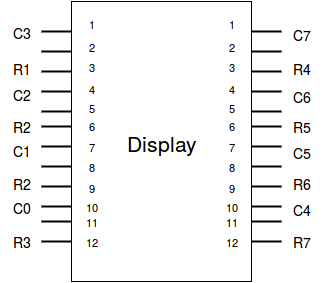
Above: images/display.png in d-kozak/imp-proj (draw.io), before the change. Source tidied: cells renumbered, new cells last; positions are measured from the earlier drawing's top-left corner, leaving out a move shared by most shapes. The source it was exported from:
```xml
<mxGraphModel background="#ffffff">
  <root>
    <mxCell id="0" />
    <mxCell id="1" parent="0" />
    <mxCell id="2" style="line;strokeWidth=2;html=1;fontSize=21;" parent="1" vertex="1">
      <mxGeometry x="40" y="25" width="240" height="10" as="geometry" />
    </mxCell>
    <mxCell id="3" style="line;strokeWidth=2;html=1;fontSize=21;" parent="1" vertex="1">
      <mxGeometry x="40" y="45" width="240" height="10" as="geometry" />
    </mxCell>
    <mxCell id="4" style="line;strokeWidth=2;html=1;fontSize=21;" parent="1" vertex="1">
      <mxGeometry x="40" y="65" width="240" height="10" as="geometry" />
    </mxCell>
    <mxCell id="5" style="line;strokeWidth=2;html=1;fontSize=21;" parent="1" vertex="1">
      <mxGeometry x="40" y="85" width="240" height="10" as="geometry" />
    </mxCell>
    <mxCell id="6" style="line;strokeWidth=2;html=1;fontSize=21;" parent="1" vertex="1">
      <mxGeometry x="40" y="105" width="240" height="10" as="geometry" />
    </mxCell>
    <mxCell id="7" style="line;strokeWidth=2;html=1;fontSize=21;" parent="1" vertex="1">
      <mxGeometry x="40" y="200" width="240" height="10" as="geometry" />
    </mxCell>
    <mxCell id="8" style="line;strokeWidth=2;html=1;fontSize=21;" parent="1" vertex="1">
      <mxGeometry x="40" y="120" width="240" height="10" as="geometry" />
    </mxCell>
    <mxCell id="9" style="line;strokeWidth=2;html=1;fontSize=21;" parent="1" vertex="1">
      <mxGeometry x="40" y="180" width="240" height="10" as="geometry" />
    </mxCell>
    <mxCell id="10" style="line;strokeWidth=2;html=1;fontSize=21;" parent="1" vertex="1">
      <mxGeometry x="40" y="235" width="240" height="10" as="geometry" />
    </mxCell>
    <mxCell id="11" style="line;strokeWidth=2;html=1;fontSize=21;" parent="1" vertex="1">
      <mxGeometry x="40" y="140" width="240" height="10" as="geometry" />
    </mxCell>
    <mxCell id="12" style="line;strokeWidth=2;html=1;fontSize=21;" parent="1" vertex="1">
      <mxGeometry x="40" y="160" width="240" height="10" as="geometry" />
    </mxCell>
    <mxCell id="13" style="line;strokeWidth=2;html=1;fontSize=21;" parent="1" vertex="1">
      <mxGeometry x="40" y="215" width="240" height="10" as="geometry" />
    </mxCell>
    <mxCell id="14" value="Display" style="whiteSpace=wrap;html=1;fontSize=21;" parent="1" vertex="1">
      <mxGeometry x="70" width="180" height="280" as="geometry" />
    </mxCell>
    <mxCell id="15" value="&lt;font style=&quot;font-size: 14px&quot;&gt;R1&lt;/font&gt;" style="text;html=1;strokeColor=none;fillColor=none;align=center;verticalAlign=middle;whiteSpace=wrap;fontSize=21;" parent="1" vertex="1">
      <mxGeometry y="61" width="40" height="5" as="geometry" />
    </mxCell>
    <mxCell id="16" value="&lt;font style=&quot;font-size: 14px&quot;&gt;R2&lt;/font&gt;" style="text;html=1;strokeColor=none;fillColor=none;align=center;verticalAlign=middle;whiteSpace=wrap;fontSize=21;" parent="1" vertex="1">
      <mxGeometry y="117" width="40" height="9" as="geometry" />
    </mxCell>
    <mxCell id="17" value="&lt;font style=&quot;font-size: 14px&quot;&gt;R3&lt;/font&gt;" style="text;html=1;strokeColor=none;fillColor=none;align=center;verticalAlign=middle;whiteSpace=wrap;fontSize=21;" parent="1" vertex="1">
      <mxGeometry y="234" width="40" height="5" as="geometry" />
    </mxCell>
    <mxCell id="18" value="&lt;font style=&quot;font-size: 14px&quot;&gt;R2&lt;/font&gt;" style="text;html=1;strokeColor=none;fillColor=none;align=center;verticalAlign=middle;whiteSpace=wrap;fontSize=21;" parent="1" vertex="1">
      <mxGeometry y="176" width="40" height="5" as="geometry" />
    </mxCell>
    <mxCell id="19" value="&lt;font style=&quot;font-size: 14px&quot;&gt;R4&lt;/font&gt;" style="text;html=1;strokeColor=none;fillColor=none;align=center;verticalAlign=middle;whiteSpace=wrap;fontSize=21;" parent="1" vertex="1">
      <mxGeometry x="280" y="61" width="40" height="5" as="geometry" />
    </mxCell>
    <mxCell id="20" value="&lt;font style=&quot;font-size: 14px&quot;&gt;R5&lt;/font&gt;" style="text;html=1;strokeColor=none;fillColor=none;align=center;verticalAlign=middle;whiteSpace=wrap;fontSize=21;" parent="1" vertex="1">
      <mxGeometry x="280" y="117" width="40" height="9" as="geometry" />
    </mxCell>
    <mxCell id="21" value="&lt;font style=&quot;font-size: 14px&quot;&gt;R7&lt;/font&gt;" style="text;html=1;strokeColor=none;fillColor=none;align=center;verticalAlign=middle;whiteSpace=wrap;fontSize=21;" parent="1" vertex="1">
      <mxGeometry x="280" y="234" width="40" height="5" as="geometry" />
    </mxCell>
    <mxCell id="22" value="&lt;font style=&quot;font-size: 14px&quot;&gt;R6&lt;/font&gt;" style="text;html=1;strokeColor=none;fillColor=none;align=center;verticalAlign=middle;whiteSpace=wrap;fontSize=21;" parent="1" vertex="1">
      <mxGeometry x="280" y="176" width="40" height="5" as="geometry" />
    </mxCell>
    <mxCell id="23" value="&lt;font style=&quot;font-size: 14px&quot;&gt;C3&lt;/font&gt;" style="text;html=1;strokeColor=none;fillColor=none;align=center;verticalAlign=middle;whiteSpace=wrap;fontSize=21;" parent="1" vertex="1">
      <mxGeometry y="25" width="40" height="5" as="geometry" />
    </mxCell>
    <mxCell id="24" value="&lt;font style=&quot;font-size: 14px&quot;&gt;C2&lt;/font&gt;" style="text;html=1;strokeColor=none;fillColor=none;align=center;verticalAlign=middle;whiteSpace=wrap;fontSize=21;" parent="1" vertex="1">
      <mxGeometry y="87" width="40" height="5" as="geometry" />
    </mxCell>
    <mxCell id="25" value="&lt;font style=&quot;font-size: 14px&quot;&gt;C1&lt;/font&gt;" style="text;html=1;strokeColor=none;fillColor=none;align=center;verticalAlign=middle;whiteSpace=wrap;fontSize=21;" parent="1" vertex="1">
      <mxGeometry y="143" width="40" height="5" as="geometry" />
    </mxCell>
    <mxCell id="26" value="&lt;font style=&quot;font-size: 14px&quot;&gt;C0&lt;/font&gt;" style="text;html=1;strokeColor=none;fillColor=none;align=center;verticalAlign=middle;whiteSpace=wrap;fontSize=21;" parent="1" vertex="1">
      <mxGeometry y="200" width="40" height="5" as="geometry" />
    </mxCell>
    <mxCell id="27" value="&lt;font style=&quot;font-size: 14px&quot;&gt;C7&lt;/font&gt;" style="text;html=1;strokeColor=none;fillColor=none;align=center;verticalAlign=middle;whiteSpace=wrap;fontSize=21;" parent="1" vertex="1">
      <mxGeometry x="280" y="27" width="40" height="5" as="geometry" />
    </mxCell>
    <mxCell id="28" value="&lt;font style=&quot;font-size: 14px&quot;&gt;C6&lt;/font&gt;" style="text;html=1;strokeColor=none;fillColor=none;align=center;verticalAlign=middle;whiteSpace=wrap;fontSize=21;" parent="1" vertex="1">
      <mxGeometry x="280" y="89" width="40" height="5" as="geometry" />
    </mxCell>
    <mxCell id="29" value="&lt;font style=&quot;font-size: 14px&quot;&gt;C5&lt;/font&gt;" style="text;html=1;strokeColor=none;fillColor=none;align=center;verticalAlign=middle;whiteSpace=wrap;fontSize=21;" parent="1" vertex="1">
      <mxGeometry x="280" y="145" width="40" height="5" as="geometry" />
    </mxCell>
    <mxCell id="30" value="&lt;font style=&quot;font-size: 14px&quot;&gt;C4&lt;/font&gt;" style="text;html=1;strokeColor=none;fillColor=none;align=center;verticalAlign=middle;whiteSpace=wrap;fontSize=21;" parent="1" vertex="1">
      <mxGeometry x="280" y="202" width="40" height="5" as="geometry" />
    </mxCell>
    <mxCell id="31" value="1" style="text;html=1;strokeColor=none;fillColor=none;align=center;verticalAlign=middle;whiteSpace=wrap;fontSize=11;" parent="1" vertex="1">
      <mxGeometry x="70" y="12" width="40" height="20" as="geometry" />
    </mxCell>
    <mxCell id="32" value="2" style="text;html=1;strokeColor=none;fillColor=none;align=center;verticalAlign=middle;whiteSpace=wrap;fontSize=11;direction=south;" parent="1" vertex="1">
      <mxGeometry x="80" y="25" width="20" height="40" as="geometry" />
    </mxCell>
    <mxCell id="33" value="3" style="text;html=1;strokeColor=none;fillColor=none;align=center;verticalAlign=middle;whiteSpace=wrap;fontSize=11;" parent="1" vertex="1">
      <mxGeometry x="70" y="55" width="40" height="20" as="geometry" />
    </mxCell>
    <mxCell id="34" value="4" style="text;html=1;strokeColor=none;fillColor=none;align=center;verticalAlign=middle;whiteSpace=wrap;fontSize=11;" parent="1" vertex="1">
      <mxGeometry x="70" y="77" width="40" height="20" as="geometry" />
    </mxCell>
    <mxCell id="35" value="5" style="text;html=1;strokeColor=none;fillColor=none;align=center;verticalAlign=middle;whiteSpace=wrap;fontSize=11;" parent="1" vertex="1">
      <mxGeometry x="75" y="95" width="30" height="23" as="geometry" />
    </mxCell>
    <mxCell id="36" value="6" style="text;html=1;strokeColor=none;fillColor=none;align=center;verticalAlign=middle;whiteSpace=wrap;fontSize=11;direction=west;" parent="1" vertex="1">
      <mxGeometry x="76" y="114" width="28" height="20" as="geometry" />
    </mxCell>
    <mxCell id="37" value="7" style="text;html=1;strokeColor=none;fillColor=none;align=center;verticalAlign=middle;whiteSpace=wrap;fontSize=11;" parent="1" vertex="1">
      <mxGeometry x="70" y="135" width="40" height="20" as="geometry" />
    </mxCell>
    <mxCell id="38" value="8" style="text;html=1;strokeColor=none;fillColor=none;align=center;verticalAlign=middle;whiteSpace=wrap;fontSize=11;" parent="1" vertex="1">
      <mxGeometry x="70" y="155" width="40" height="20" as="geometry" />
    </mxCell>
    <mxCell id="39" value="9" style="text;html=1;strokeColor=none;fillColor=none;align=center;verticalAlign=middle;whiteSpace=wrap;fontSize=11;" parent="1" vertex="1">
      <mxGeometry x="70" y="176" width="40" height="20" as="geometry" />
    </mxCell>
    <mxCell id="40" value="10" style="text;html=1;strokeColor=none;fillColor=none;align=center;verticalAlign=middle;whiteSpace=wrap;fontSize=11;direction=south;" parent="1" vertex="1">
      <mxGeometry x="80" y="192" width="20" height="26" as="geometry" />
    </mxCell>
    <mxCell id="41" value="11" style="text;html=1;strokeColor=none;fillColor=none;align=center;verticalAlign=middle;whiteSpace=wrap;fontSize=11;" parent="1" vertex="1">
      <mxGeometry x="70" y="210" width="40" height="20" as="geometry" />
    </mxCell>
    <mxCell id="42" value="12" style="text;html=1;strokeColor=none;fillColor=none;align=center;verticalAlign=middle;whiteSpace=wrap;fontSize=11;" parent="1" vertex="1">
      <mxGeometry x="70" y="230" width="40" height="20" as="geometry" />
    </mxCell>
    <mxCell id="43" value="1" style="text;html=1;strokeColor=none;fillColor=none;align=center;verticalAlign=middle;whiteSpace=wrap;fontSize=11;" parent="1" vertex="1">
      <mxGeometry x="210" y="12" width="40" height="20" as="geometry" />
    </mxCell>
    <mxCell id="44" value="2" style="text;html=1;strokeColor=none;fillColor=none;align=center;verticalAlign=middle;whiteSpace=wrap;fontSize=11;direction=south;" parent="1" vertex="1">
      <mxGeometry x="220" y="25" width="20" height="40" as="geometry" />
    </mxCell>
    <mxCell id="45" value="3" style="text;html=1;strokeColor=none;fillColor=none;align=center;verticalAlign=middle;whiteSpace=wrap;fontSize=11;" parent="1" vertex="1">
      <mxGeometry x="210" y="55" width="40" height="20" as="geometry" />
    </mxCell>
    <mxCell id="46" value="4" style="text;html=1;strokeColor=none;fillColor=none;align=center;verticalAlign=middle;whiteSpace=wrap;fontSize=11;" parent="1" vertex="1">
      <mxGeometry x="210" y="77" width="40" height="20" as="geometry" />
    </mxCell>
    <mxCell id="47" value="5" style="text;html=1;strokeColor=none;fillColor=none;align=center;verticalAlign=middle;whiteSpace=wrap;fontSize=11;" parent="1" vertex="1">
      <mxGeometry x="215" y="95" width="30" height="23" as="geometry" />
    </mxCell>
    <mxCell id="48" value="6" style="text;html=1;strokeColor=none;fillColor=none;align=center;verticalAlign=middle;whiteSpace=wrap;fontSize=11;direction=west;" parent="1" vertex="1">
      <mxGeometry x="216" y="114" width="28" height="20" as="geometry" />
    </mxCell>
    <mxCell id="49" value="7" style="text;html=1;strokeColor=none;fillColor=none;align=center;verticalAlign=middle;whiteSpace=wrap;fontSize=11;" parent="1" vertex="1">
      <mxGeometry x="210" y="135" width="40" height="20" as="geometry" />
    </mxCell>
    <mxCell id="50" value="8" style="text;html=1;strokeColor=none;fillColor=none;align=center;verticalAlign=middle;whiteSpace=wrap;fontSize=11;" parent="1" vertex="1">
      <mxGeometry x="210" y="155" width="40" height="20" as="geometry" />
    </mxCell>
    <mxCell id="51" value="9" style="text;html=1;strokeColor=none;fillColor=none;align=center;verticalAlign=middle;whiteSpace=wrap;fontSize=11;" parent="1" vertex="1">
      <mxGeometry x="210" y="176" width="40" height="20" as="geometry" />
    </mxCell>
    <mxCell id="52" value="10" style="text;html=1;strokeColor=none;fillColor=none;align=center;verticalAlign=middle;whiteSpace=wrap;fontSize=11;direction=south;" parent="1" vertex="1">
      <mxGeometry x="220" y="192" width="20" height="26" as="geometry" />
    </mxCell>
    <mxCell id="53" value="11" style="text;html=1;strokeColor=none;fillColor=none;align=center;verticalAlign=middle;whiteSpace=wrap;fontSize=11;" parent="1" vertex="1">
      <mxGeometry x="210" y="210" width="40" height="20" as="geometry" />
    </mxCell>
    <mxCell id="54" value="12" style="text;html=1;strokeColor=none;fillColor=none;align=center;verticalAlign=middle;whiteSpace=wrap;fontSize=11;" parent="1" vertex="1">
      <mxGeometry x="210" y="230" width="40" height="20" as="geometry" />
    </mxCell>
  </root>
</mxGraphModel>
```
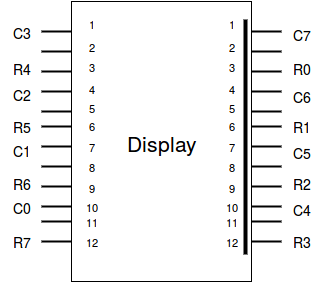
The same diagram one commit later.

The edit, as a diff of the source:
```diff
@@ -41,28 +41,28 @@
     <mxCell id="14" value="Display" style="whiteSpace=wrap;html=1;fontSize=21;" parent="1" vertex="1">
       <mxGeometry x="70" width="180" height="280" as="geometry" />
     </mxCell>
-    <mxCell id="15" value="&lt;font style=&quot;font-size: 14px&quot;&gt;R1&lt;/font&gt;" style="text;html=1;strokeColor=none;fillColor=none;align=center;verticalAlign=middle;whiteSpace=wrap;fontSize=21;" parent="1" vertex="1">
+    <mxCell id="15" value="&lt;font style=&quot;font-size: 14px&quot;&gt;R4&lt;/font&gt;" style="text;html=1;strokeColor=none;fillColor=none;align=center;verticalAlign=middle;whiteSpace=wrap;fontSize=21;" parent="1" vertex="1">
       <mxGeometry y="61" width="40" height="5" as="geometry" />
     </mxCell>
-    <mxCell id="16" value="&lt;font style=&quot;font-size: 14px&quot;&gt;R2&lt;/font&gt;" style="text;html=1;strokeColor=none;fillColor=none;align=center;verticalAlign=middle;whiteSpace=wrap;fontSize=21;" parent="1" vertex="1">
+    <mxCell id="16" value="&lt;font style=&quot;font-size: 14px&quot;&gt;R5&lt;/font&gt;" style="text;html=1;strokeColor=none;fillColor=none;align=center;verticalAlign=middle;whiteSpace=wrap;fontSize=21;" parent="1" vertex="1">
       <mxGeometry y="117" width="40" height="9" as="geometry" />
     </mxCell>
-    <mxCell id="17" value="&lt;font style=&quot;font-size: 14px&quot;&gt;R3&lt;/font&gt;" style="text;html=1;strokeColor=none;fillColor=none;align=center;verticalAlign=middle;whiteSpace=wrap;fontSize=21;" parent="1" vertex="1">
+    <mxCell id="17" value="&lt;font style=&quot;font-size: 14px&quot;&gt;R7&lt;/font&gt;" style="text;html=1;strokeColor=none;fillColor=none;align=center;verticalAlign=middle;whiteSpace=wrap;fontSize=21;" parent="1" vertex="1">
       <mxGeometry y="234" width="40" height="5" as="geometry" />
     </mxCell>
-    <mxCell id="18" value="&lt;font style=&quot;font-size: 14px&quot;&gt;R2&lt;/font&gt;" style="text;html=1;strokeColor=none;fillColor=none;align=center;verticalAlign=middle;whiteSpace=wrap;fontSize=21;" parent="1" vertex="1">
+    <mxCell id="18" value="&lt;font style=&quot;font-size: 14px&quot;&gt;R6&lt;/font&gt;" style="text;html=1;strokeColor=none;fillColor=none;align=center;verticalAlign=middle;whiteSpace=wrap;fontSize=21;" parent="1" vertex="1">
       <mxGeometry y="176" width="40" height="5" as="geometry" />
     </mxCell>
-    <mxCell id="19" value="&lt;font style=&quot;font-size: 14px&quot;&gt;R4&lt;/font&gt;" style="text;html=1;strokeColor=none;fillColor=none;align=center;verticalAlign=middle;whiteSpace=wrap;fontSize=21;" parent="1" vertex="1">
+    <mxCell id="19" value="&lt;font style=&quot;font-size: 14px&quot;&gt;R0&lt;/font&gt;" style="text;html=1;strokeColor=none;fillColor=none;align=center;verticalAlign=middle;whiteSpace=wrap;fontSize=21;" parent="1" vertex="1">
       <mxGeometry x="280" y="61" width="40" height="5" as="geometry" />
     </mxCell>
-    <mxCell id="20" value="&lt;font style=&quot;font-size: 14px&quot;&gt;R5&lt;/font&gt;" style="text;html=1;strokeColor=none;fillColor=none;align=center;verticalAlign=middle;whiteSpace=wrap;fontSize=21;" parent="1" vertex="1">
+    <mxCell id="20" value="&lt;font style=&quot;font-size: 14px&quot;&gt;R1&lt;/font&gt;" style="text;html=1;strokeColor=none;fillColor=none;align=center;verticalAlign=middle;whiteSpace=wrap;fontSize=21;" parent="1" vertex="1">
       <mxGeometry x="280" y="117" width="40" height="9" as="geometry" />
     </mxCell>
-    <mxCell id="21" value="&lt;font style=&quot;font-size: 14px&quot;&gt;R7&lt;/font&gt;" style="text;html=1;strokeColor=none;fillColor=none;align=center;verticalAlign=middle;whiteSpace=wrap;fontSize=21;" parent="1" vertex="1">
+    <mxCell id="21" value="&lt;font style=&quot;font-size: 14px&quot;&gt;R3&lt;/font&gt;" style="text;html=1;strokeColor=none;fillColor=none;align=center;verticalAlign=middle;whiteSpace=wrap;fontSize=21;" parent="1" vertex="1">
       <mxGeometry x="280" y="234" width="40" height="5" as="geometry" />
     </mxCell>
-    <mxCell id="22" value="&lt;font style=&quot;font-size: 14px&quot;&gt;R6&lt;/font&gt;" style="text;html=1;strokeColor=none;fillColor=none;align=center;verticalAlign=middle;whiteSpace=wrap;fontSize=21;" parent="1" vertex="1">
+    <mxCell id="22" value="&lt;font style=&quot;font-size: 14px&quot;&gt;R2&lt;/font&gt;" style="text;html=1;strokeColor=none;fillColor=none;align=center;verticalAlign=middle;whiteSpace=wrap;fontSize=21;" parent="1" vertex="1">
       <mxGeometry x="280" y="176" width="40" height="5" as="geometry" />
     </mxCell>
     <mxCell id="23" value="&lt;font style=&quot;font-size: 14px&quot;&gt;C3&lt;/font&gt;" style="text;html=1;strokeColor=none;fillColor=none;align=center;verticalAlign=middle;whiteSpace=wrap;fontSize=21;" parent="1" vertex="1">
@@ -161,5 +161,8 @@
     <mxCell id="54" value="12" style="text;html=1;strokeColor=none;fillColor=none;align=center;verticalAlign=middle;whiteSpace=wrap;fontSize=11;" parent="1" vertex="1">
       <mxGeometry x="210" y="230" width="40" height="20" as="geometry" />
     </mxCell>
+    <mxCell id="55" style="line;strokeWidth=4;direction=south;html=1;perimeter=backbonePerimeter;" parent="1" vertex="1">
+      <mxGeometry x="239" y="18" width="10" height="235" as="geometry" />
+    </mxCell>
   </root>
 </mxGraphModel>
```
